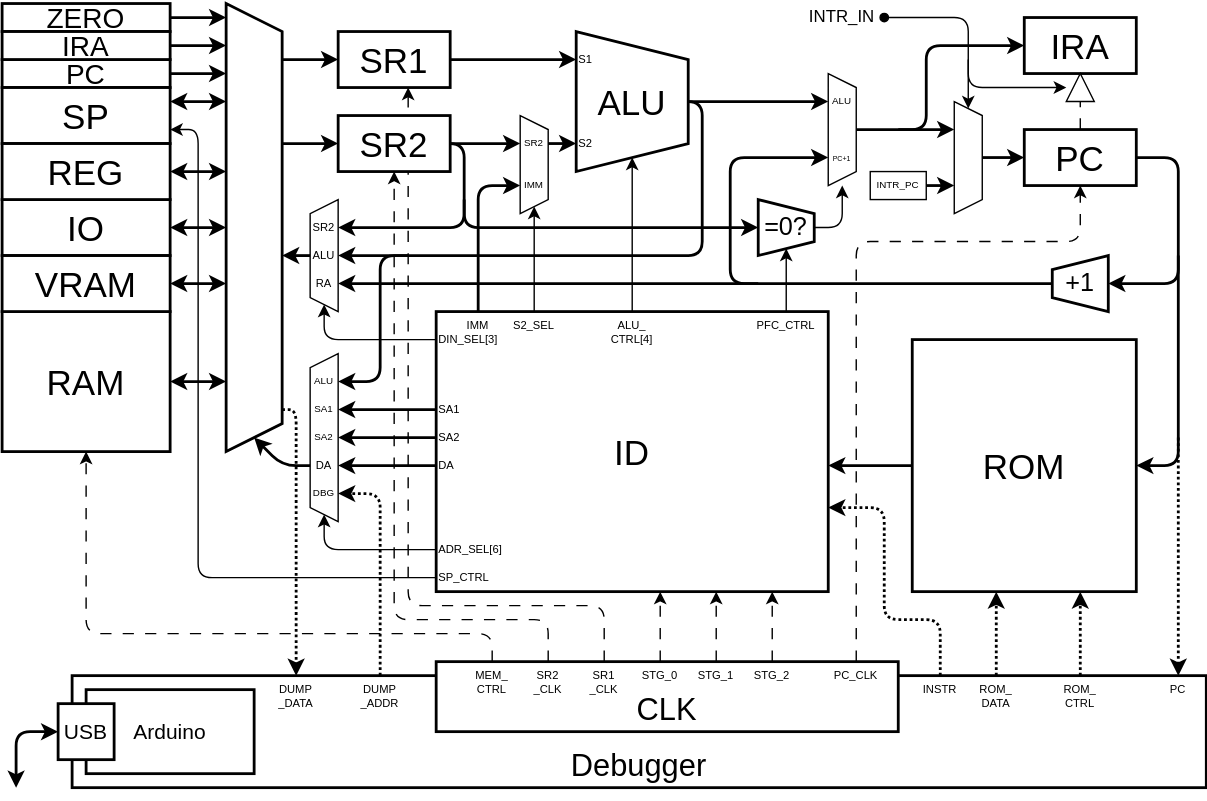
Before: Lab/Computer/RK16/1_Architecture/img/arch.dio.svg, a diagram exported from draw.io (amane-uehara/kanade-k-1228.github.io). Source tidied: cells renumbered, new cells last; positions are measured from the earlier drawing's top-left corner, leaving out a move shared by most shapes.
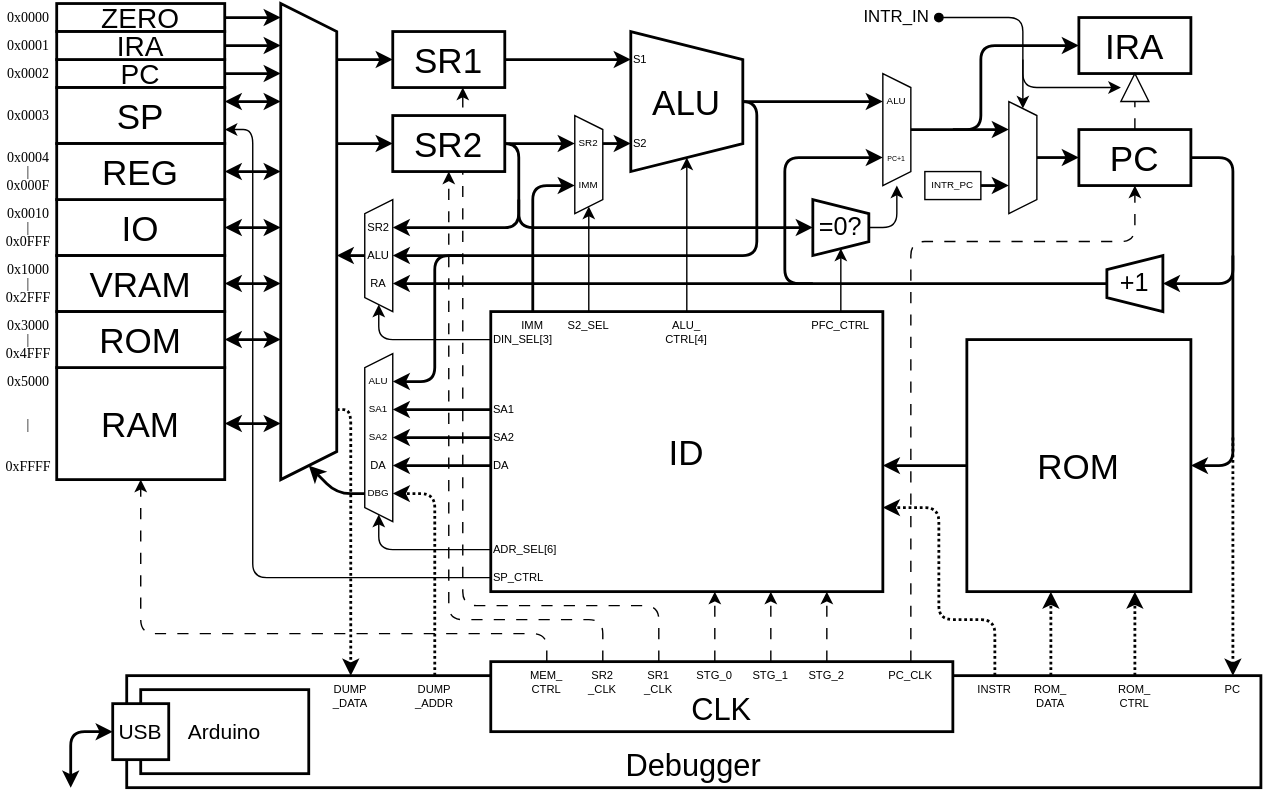
Above is the later version.

Diff of the diagram source:
```diff
@@ -88,7 +88,7 @@
       <mxGeometry x="650" y="240" width="160" height="180" as="geometry" />
     </mxCell>
     <mxCell id="14" value="RAM" style="rounded=0;whiteSpace=wrap;html=1;fontSize=25;strokeWidth=2;fontFamily=Helvetica;" parent="1" vertex="1">
-      <mxGeometry y="220" width="120" height="100" as="geometry" />
+      <mxGeometry y="260" width="120" height="80" as="geometry" />
     </mxCell>
     <mxCell id="15" value="ID" style="rounded=0;whiteSpace=wrap;html=1;fontSize=25;strokeWidth=2;fontFamily=Helvetica;" parent="1" vertex="1">
       <mxGeometry x="310" y="220" width="280" height="200" as="geometry" />
@@ -113,10 +113,10 @@
     </mxCell>
     <mxCell id="20" style="endArrow=classic;html=1;fontSize=25;strokeWidth=2;fontFamily=Helvetica;" parent="1" edge="1">
       <mxGeometry relative="1" as="geometry">
-        <mxPoint x="220" y="330" as="sourcePoint" />
-        <mxPoint x="180" y="310" as="targetPoint" />
+        <mxPoint x="220" y="350" as="sourcePoint" />
+        <mxPoint x="180" y="330" as="targetPoint" />
         <Array as="points">
-          <mxPoint x="200" y="330" />
+          <mxPoint x="200" y="350" />
         </Array>
       </mxGeometry>
     </mxCell>
@@ -217,7 +217,7 @@
       <mxGeometry y="140" width="120" height="40" as="geometry" />
     </mxCell>
     <mxCell id="37" style="shape=trapezoid;perimeter=trapezoidPerimeter;whiteSpace=wrap;html=1;fixedSize=1;fontSize=12;direction=south;strokeWidth=2;size=20.000000000000014;fontFamily=Helvetica;" parent="1" vertex="1">
-      <mxGeometry x="160" width="40" height="320" as="geometry" />
+      <mxGeometry x="160" width="40" height="340" as="geometry" />
     </mxCell>
     <mxCell id="38" value="SR2" style="text;html=1;strokeColor=none;fillColor=none;align=center;verticalAlign=middle;whiteSpace=wrap;rounded=0;rotation=0;fontSize=7;fontFamily=Helvetica;" parent="1" vertex="1">
       <mxGeometry x="370" y="90" width="20" height="20" as="geometry" />
@@ -267,7 +267,7 @@
     <mxCell id="51" style="endArrow=classic;html=1;fontSize=25;startArrow=none;startFill=0;dashed=1;fontFamily=Helvetica;dashPattern=8 8;" parent="1" edge="1">
       <mxGeometry relative="1" as="geometry">
         <mxPoint x="350" y="470" as="sourcePoint" />
-        <mxPoint x="60" y="320" as="targetPoint" />
+        <mxPoint x="60" y="340" as="targetPoint" />
         <Array as="points">
           <mxPoint x="350" y="450" />
           <mxPoint x="60" y="450" />
@@ -367,8 +367,8 @@
     </mxCell>
     <mxCell id="72" style="endArrow=classic;startArrow=classic;html=1;fontSize=25;strokeWidth=2;fontFamily=Helvetica;" parent="1" edge="1">
       <mxGeometry relative="1" as="geometry">
-        <mxPoint x="120" y="270" as="sourcePoint" />
-        <mxPoint x="160" y="270" as="targetPoint" />
+        <mxPoint x="120" y="300" as="sourcePoint" />
+        <mxPoint x="160" y="300" as="targetPoint" />
       </mxGeometry>
     </mxCell>
     <mxCell id="73" style="endArrow=classic;html=1;strokeWidth=2;fontFamily=Helvetica;" parent="1" edge="1">
@@ -631,5 +631,71 @@
     <mxCell id="125" style="triangle;whiteSpace=wrap;html=1;direction=north;" parent="1" vertex="1">
       <mxGeometry x="760" y="50" width="20" height="20" as="geometry" />
     </mxCell>
+    <mxCell id="126" value="ROM" style="rounded=0;whiteSpace=wrap;html=1;fontSize=25;strokeWidth=2;fontFamily=Helvetica;" parent="1" vertex="1">
+      <mxGeometry y="220" width="120" height="40" as="geometry" />
+    </mxCell>
+    <mxCell id="127" style="endArrow=classic;startArrow=classic;html=1;fontSize=25;strokeWidth=2;fontFamily=Helvetica;" parent="1" edge="1">
+      <mxGeometry relative="1" as="geometry">
+        <mxPoint x="120" y="240" as="sourcePoint" />
+        <mxPoint x="160" y="240" as="targetPoint" />
+      </mxGeometry>
+    </mxCell>
+    <mxCell id="128" value="0x0000" style="text;html=1;strokeColor=none;fillColor=none;align=center;verticalAlign=middle;whiteSpace=wrap;rounded=0;fontSize=10;fontFamily=Lucida Console;" parent="1" vertex="1">
+      <mxGeometry x="-40" width="40" height="20" as="geometry" />
+    </mxCell>
+    <mxCell id="129" value="0x0001" style="text;html=1;strokeColor=none;fillColor=none;align=center;verticalAlign=middle;whiteSpace=wrap;rounded=0;fontSize=10;fontFamily=Lucida Console;" parent="1" vertex="1">
+      <mxGeometry x="-40" y="20" width="40" height="20" as="geometry" />
+    </mxCell>
+    <mxCell id="130" value="0x0002" style="text;html=1;strokeColor=none;fillColor=none;align=center;verticalAlign=middle;whiteSpace=wrap;rounded=0;fontSize=10;fontFamily=Lucida Console;" parent="1" vertex="1">
+      <mxGeometry x="-40" y="40" width="40" height="20" as="geometry" />
+    </mxCell>
+    <mxCell id="131" value="0x0003" style="text;html=1;strokeColor=none;fillColor=none;align=center;verticalAlign=middle;whiteSpace=wrap;rounded=0;fontSize=10;fontFamily=Lucida Console;" parent="1" vertex="1">
+      <mxGeometry x="-40" y="70" width="40" height="20" as="geometry" />
+    </mxCell>
+    <mxCell id="132" value="0x0004" style="text;html=1;strokeColor=none;fillColor=none;align=center;verticalAlign=middle;whiteSpace=wrap;rounded=0;fontSize=10;fontFamily=Lucida Console;" parent="1" vertex="1">
+      <mxGeometry x="-40" y="100" width="40" height="20" as="geometry" />
+    </mxCell>
+    <mxCell id="133" value="0x000F" style="text;html=1;strokeColor=none;fillColor=none;align=center;verticalAlign=middle;whiteSpace=wrap;rounded=0;fontSize=10;fontFamily=Lucida Console;" parent="1" vertex="1">
+      <mxGeometry x="-40" y="120" width="40" height="20" as="geometry" />
+    </mxCell>
+    <mxCell id="134" value="0x0010" style="text;html=1;strokeColor=none;fillColor=none;align=center;verticalAlign=middle;whiteSpace=wrap;rounded=0;fontSize=10;fontFamily=Lucida Console;" parent="1" vertex="1">
+      <mxGeometry x="-40" y="140" width="40" height="20" as="geometry" />
+    </mxCell>
+    <mxCell id="135" value="0x0FFF" style="text;html=1;strokeColor=none;fillColor=none;align=center;verticalAlign=middle;whiteSpace=wrap;rounded=0;fontSize=10;fontFamily=Lucida Console;" parent="1" vertex="1">
+      <mxGeometry x="-40" y="160" width="40" height="20" as="geometry" />
+    </mxCell>
+    <mxCell id="136" value="0x1000" style="text;html=1;strokeColor=none;fillColor=none;align=center;verticalAlign=middle;whiteSpace=wrap;rounded=0;fontSize=10;fontFamily=Lucida Console;" parent="1" vertex="1">
+      <mxGeometry x="-40" y="180" width="40" height="20" as="geometry" />
+    </mxCell>
+    <mxCell id="137" value="0x2FFF" style="text;html=1;strokeColor=none;fillColor=none;align=center;verticalAlign=middle;whiteSpace=wrap;rounded=0;fontSize=10;fontFamily=Lucida Console;" parent="1" vertex="1">
+      <mxGeometry x="-40" y="200" width="40" height="20" as="geometry" />
+    </mxCell>
+    <mxCell id="138" value="0x3000" style="text;html=1;strokeColor=none;fillColor=none;align=center;verticalAlign=middle;whiteSpace=wrap;rounded=0;fontSize=10;fontFamily=Lucida Console;" parent="1" vertex="1">
+      <mxGeometry x="-40" y="220" width="40" height="20" as="geometry" />
+    </mxCell>
+    <mxCell id="139" value="0x4FFF" style="text;html=1;strokeColor=none;fillColor=none;align=center;verticalAlign=middle;whiteSpace=wrap;rounded=0;fontSize=10;fontFamily=Lucida Console;" parent="1" vertex="1">
+      <mxGeometry x="-40" y="240" width="40" height="20" as="geometry" />
+    </mxCell>
+    <mxCell id="140" value="0x5000" style="text;html=1;strokeColor=none;fillColor=none;align=center;verticalAlign=middle;whiteSpace=wrap;rounded=0;fontSize=10;fontFamily=Lucida Console;" parent="1" vertex="1">
+      <mxGeometry x="-40" y="260" width="40" height="20" as="geometry" />
+    </mxCell>
+    <mxCell id="141" value="0xFFFF" style="text;html=1;strokeColor=none;fillColor=none;align=center;verticalAlign=middle;whiteSpace=wrap;rounded=0;fontSize=10;fontFamily=Lucida Console;" parent="1" vertex="1">
+      <mxGeometry x="-40" y="320" width="40" height="20" as="geometry" />
+    </mxCell>
+    <mxCell id="142" value="|" style="text;html=1;strokeColor=none;fillColor=none;align=center;verticalAlign=middle;whiteSpace=wrap;rounded=0;fontSize=10;fontFamily=Lucida Console;" parent="1" vertex="1">
+      <mxGeometry x="-40" y="110" width="40" height="20" as="geometry" />
+    </mxCell>
+    <mxCell id="143" value="|" style="text;html=1;strokeColor=none;fillColor=none;align=center;verticalAlign=middle;whiteSpace=wrap;rounded=0;fontSize=10;fontFamily=Lucida Console;" parent="1" vertex="1">
+      <mxGeometry x="-40" y="150" width="40" height="20" as="geometry" />
+    </mxCell>
+    <mxCell id="144" value="|" style="text;html=1;strokeColor=none;fillColor=none;align=center;verticalAlign=middle;whiteSpace=wrap;rounded=0;fontSize=10;fontFamily=Lucida Console;" parent="1" vertex="1">
+      <mxGeometry x="-40" y="190" width="40" height="20" as="geometry" />
+    </mxCell>
+    <mxCell id="145" value="|" style="text;html=1;strokeColor=none;fillColor=none;align=center;verticalAlign=middle;whiteSpace=wrap;rounded=0;fontSize=10;fontFamily=Lucida Console;" parent="1" vertex="1">
+      <mxGeometry x="-40" y="230" width="40" height="20" as="geometry" />
+    </mxCell>
+    <mxCell id="146" value="|" style="text;html=1;strokeColor=none;fillColor=none;align=center;verticalAlign=middle;whiteSpace=wrap;rounded=0;fontSize=10;fontFamily=Lucida Console;" parent="1" vertex="1">
+      <mxGeometry x="-40" y="290" width="40" height="20" as="geometry" />
+    </mxCell>
   </root>
 </mxGraphModel>
```
